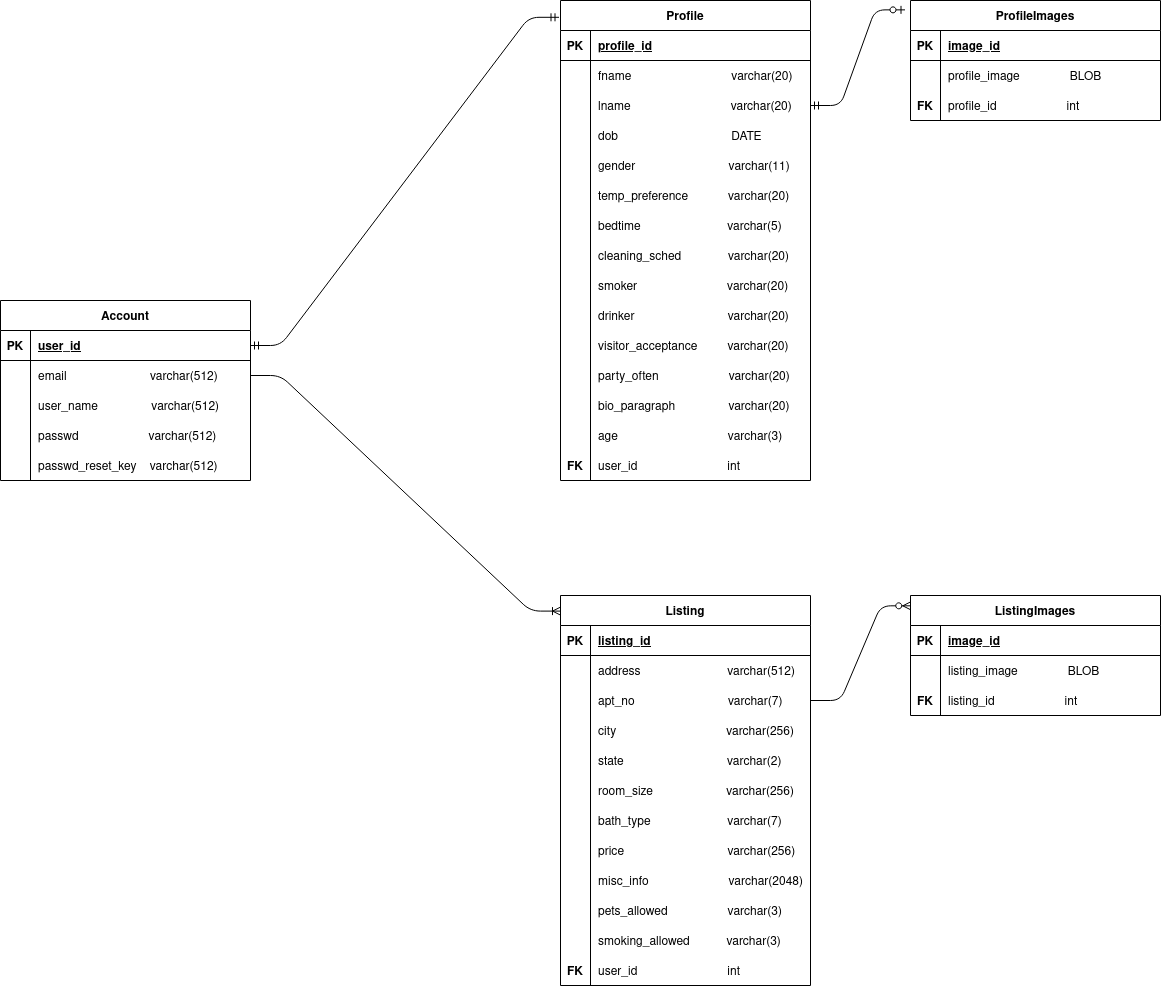
Above: docs/database/database_schema.png in JackValladares/ApartmentApplication (draw.io), before the change. Source tidied: cells renumbered, new cells last; positions are measured from the earlier drawing's top-left corner, leaving out a move shared by most shapes.
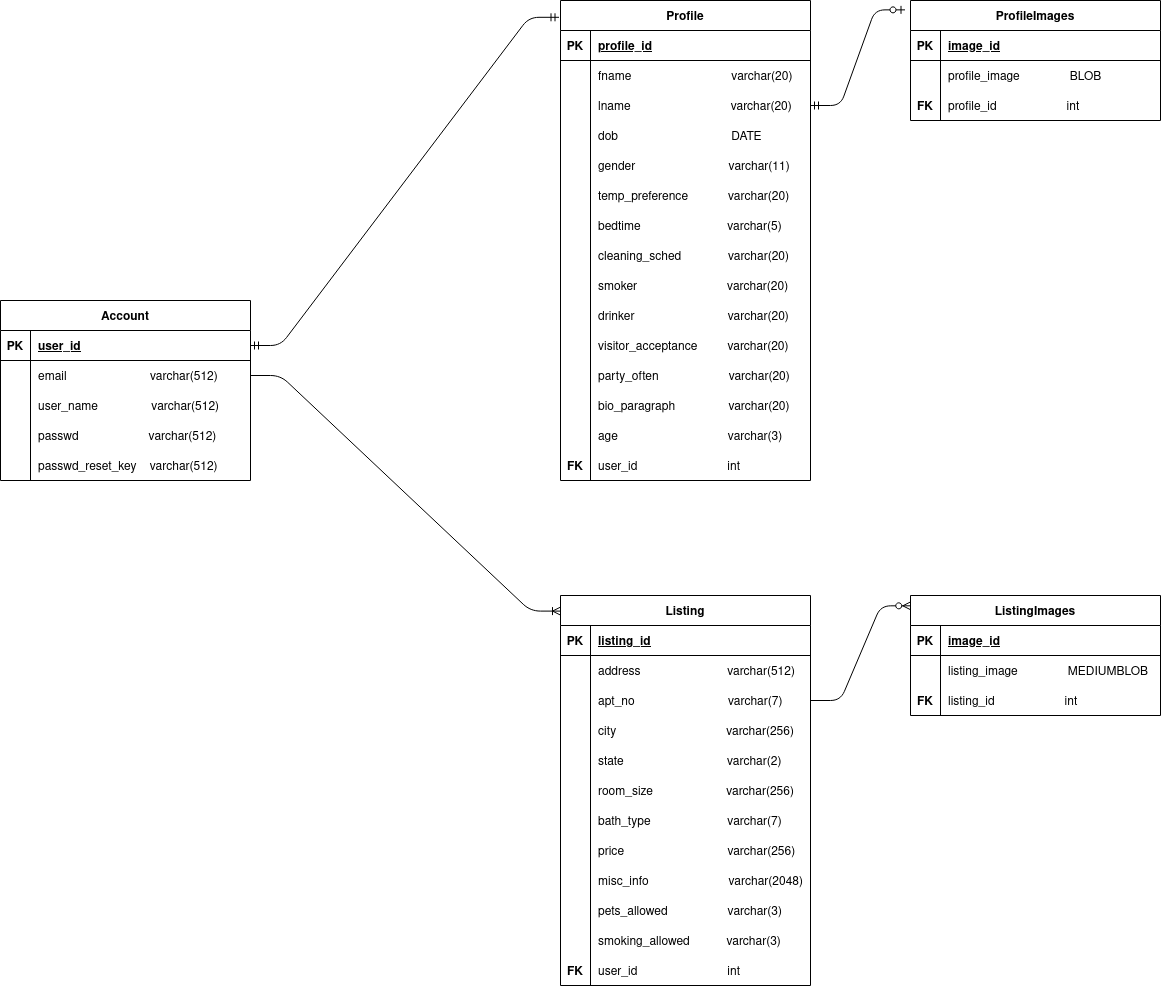
The same diagram one commit later.

Commit message:
Updated ListingImages table

Diff of the diagram source:
```diff
@@ -353,7 +353,7 @@
     <mxCell id="118" style="shape=partialRectangle;overflow=hidden;fillColor=none;top=0;left=0;bottom=0;right=0;" parent="117" vertex="1">
       <mxGeometry width="30" height="30" as="geometry" />
     </mxCell>
-    <mxCell id="119" value="listing_image               BLOB" style="shape=partialRectangle;overflow=hidden;top=0;left=0;bottom=0;right=0;align=left;spacingLeft=6;verticalAlign=middle;fillColor=none;" parent="117" vertex="1">
+    <mxCell id="119" value="listing_image               MEDIUMBLOB" style="shape=partialRectangle;overflow=hidden;top=0;left=0;bottom=0;right=0;align=left;spacingLeft=6;verticalAlign=middle;fillColor=none;" parent="117" vertex="1">
       <mxGeometry x="30" width="220" height="30" as="geometry" />
     </mxCell>
     <mxCell id="120" style="shape=partialRectangle;fillColor=none;top=0;left=0;bottom=0;right=0;" parent="113" vertex="1">
```
